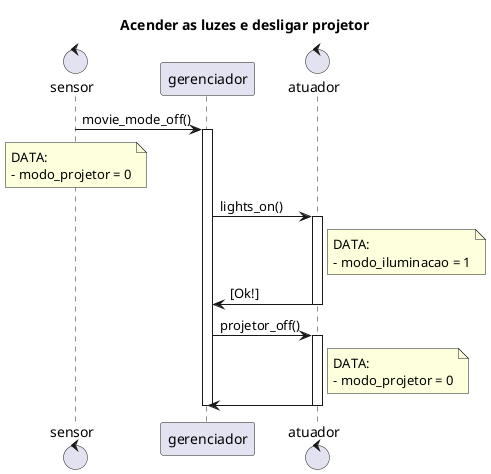
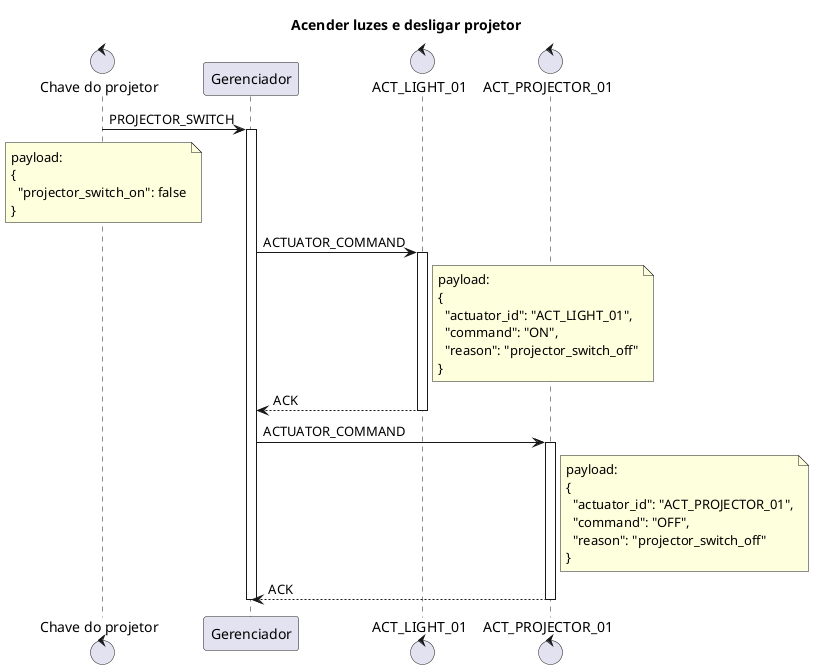
@startuml

- title Acender as luzes e desligar projetor
+ title Acender luzes e desligar projetor

- control sensor
- participant gerenciador
- control atuador
+ control "Chave do projetor" as projector_switch
+ participant "Gerenciador" as manager
+ control "ACT_LIGHT_01" as light
+ control "ACT_PROJECTOR_01" as projector

- sensor -> gerenciador : movie_mode_off()
- activate gerenciador
- note over sensor
-   DATA:
-   - modo_projetor = 0
+ projector_switch -> manager : PROJECTOR_SWITCH
+ activate manager
+ note over projector_switch
+   payload:
+   {
+     "projector_switch_on": false
+   }
end note

- gerenciador -> atuador : lights_on()
- activate atuador
- note right of atuador
-   DATA:
-   - modo_iluminacao = 1
+ manager -> light : ACTUATOR_COMMAND
+ activate light
+ note right of light
+   payload:
+   {
+     "actuator_id": "ACT_LIGHT_01",
+     "command": "ON",
+     "reason": "projector_switch_off"
+   }
end note
+ light --> manager : ACK
+ deactivate light

- gerenciador <- atuador : [Ok!]
- deactivate atuador
+ manager -> projector : ACTUATOR_COMMAND
+ activate projector
+ note right of projector
+   payload:
+   {
+     "actuator_id": "ACT_PROJECTOR_01",
+     "command": "OFF",
+     "reason": "projector_switch_off"
+   }
+ end note
+ projector --> manager : ACK
+ deactivate projector

- gerenciador -> atuador : projetor_off()
- activate atuador
- note right of atuador
-   DATA:
-   - modo_projetor = 0
- end note
+ deactivate manager

- gerenciador <- atuador
- deactivate atuador
- deactivate gerenciador
- 
- 
- @enduml+ @enduml
